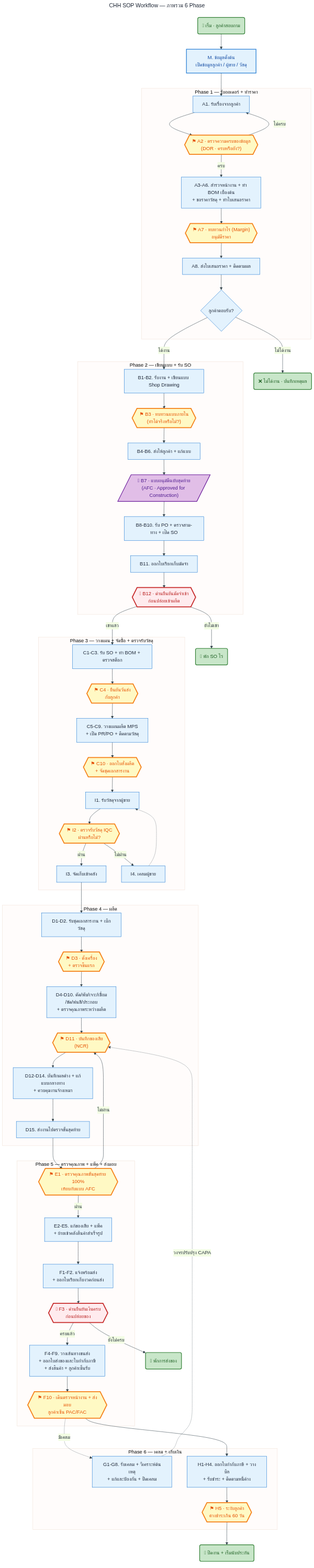
The Mermaid diagram workflow_chh.png in Panuinc/sop, before a commit. Its source is kept beside it as workflow_chh.mmd.
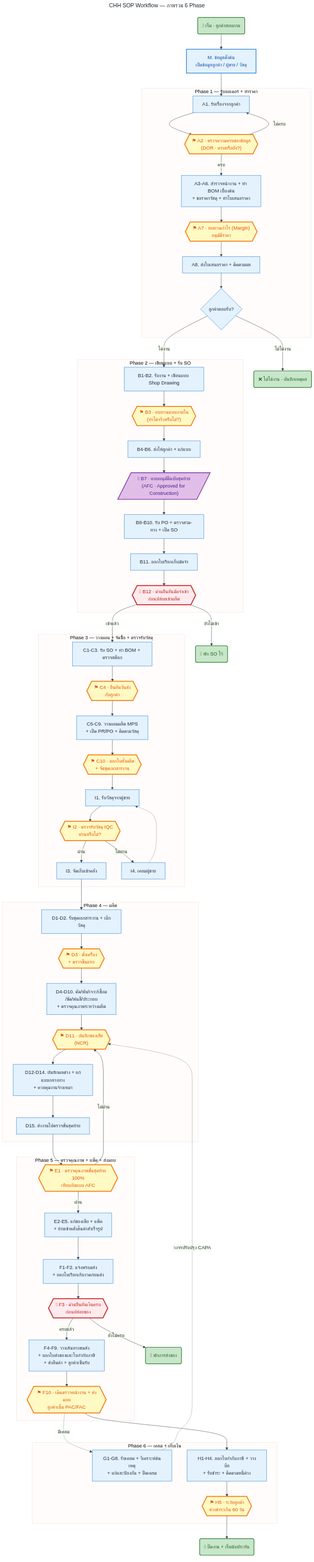
Later version of the same file.

Commit message:
Workflow: แก้ตัวอักษรขาดใน HTML/SVG เปิดในเบราว์เซอร์

Change to the diagram source:
```diff
@@ -2,6 +2,8 @@
 title: CHH SOP Workflow — ภาพรวม 6 Phase
 config:
   theme: base
+  flowchart:
+    htmlLabels: false
   themeVariables:
     fontFamily: "Sarabun, Tahoma, sans-serif"
     primaryColor: "#E3F2FD"
@@ -11,60 +13,86 @@
 ---
 flowchart TD
     Start("🟢 เริ่ม · ลูกค้าสอบถาม"):::startEnd
-    M[M. ข้อมูลตั้งต้น<br/>เปิดข้อมูลลูกค้า / ผู้ขาย / วัสดุ]:::phase
+    M["M. ข้อมูลตั้งต้น
+เปิดข้อมูลลูกค้า / ผู้ขาย / วัสดุ"]:::phase
 
     subgraph P1 ["Phase 1 — รับออเดอร์ + ทำราคา"]
-        A1[A1. รับเรื่องจากลูกค้า]
-        A2{{"⚑ A2 · ตรวจความครบของข้อมูล<br/>(DOR · ครบหรือยัง?)"}}:::ctrl
-        A3to6[A3-A6. สำรวจหน้างาน + ทำ BOM เบื้องต้น<br/>+ ขอราคาวัสดุ + ทำใบเสนอราคา]
-        A7{{"⚑ A7 · ทบทวนกำไร (Margin)<br/>อนุมัติราคา"}}:::ctrl
-        A8[A8. ส่งใบเสนอราคา + ติดตามผล]
-        WonGate{ลูกค้าตอบรับ?}
+        A1["A1. รับเรื่องจากลูกค้า"]
+        A2{{"⚑ A2 · ตรวจความครบของข้อมูล
+(DOR · ครบหรือยัง?)"}}:::ctrl
+        A3to6["A3-A6. สำรวจหน้างาน + ทำ BOM เบื้องต้น
++ ขอราคาวัสดุ + ทำใบเสนอราคา"]
+        A7{{"⚑ A7 · ทบทวนกำไร (Margin)
+อนุมัติราคา"}}:::ctrl
+        A8["A8. ส่งใบเสนอราคา + ติดตามผล"]
+        WonGate{"ลูกค้าตอบรับ?"}
     end
 
     subgraph P2 ["Phase 2 — เขียนแบบ + รับ SO"]
-        B1to2[B1-B2. รับงาน + เขียนแบบ Shop Drawing]
-        B3{{"⚑ B3 · ทบทวนแบบภายใน<br/>(ทำได้จริงหรือไม่?)"}}:::ctrl
-        B4to6[B4-B6. ส่งให้ลูกค้า + แก้แบบ]
-        B7[/"📋 B7 · แบบอนุมัติฉบับสุดท้าย<br/>(AFC · Approved for Construction)"/]:::artifact
-        B8to10[B8-B10. รับ PO + ตรวจสาม-ทาง + เปิด SO]
-        B11[B11. ออกใบเรียกเก็บมัดจำ]
-        B12{{"⛔ B12 · ด่านยืนยันมัดจำเข้า<br/>ก่อนปล่อยเข้าผลิต"}}:::gate
+        B1to2["B1-B2. รับงาน + เขียนแบบ Shop Drawing"]
+        B3{{"⚑ B3 · ทบทวนแบบภายใน
+(ทำได้จริงหรือไม่?)"}}:::ctrl
+        B4to6["B4-B6. ส่งให้ลูกค้า + แก้แบบ"]
+        B7[/"📋 B7 · แบบอนุมัติฉบับสุดท้าย
+(AFC · Approved for Construction)"/]:::artifact
+        B8to10["B8-B10. รับ PO + ตรวจสาม-ทาง + เปิด SO"]
+        B11["B11. ออกใบเรียกเก็บมัดจำ"]
+        B12{{"⛔ B12 · ด่านยืนยันมัดจำเข้า
+ก่อนปล่อยเข้าผลิต"}}:::gate
     end
 
     subgraph P3 ["Phase 3 — วางแผน + จัดซื้อ + ตรวจรับวัสดุ"]
-        C1to3[C1-C3. รับ SO + ทำ BOM + ตรวจสต็อก]
-        C4{{"⚑ C4 · ยืนยันวันส่ง<br/>กับลูกค้า"}}:::ctrl
-        C5to9[C5-C9. วางแผนผลิต MPS<br/>+ เปิด PR/PO + ติดตามวัสดุ]
-        C10{{"⚑ C10 · ออกใบสั่งผลิต<br/>+ จัดชุดเอกสารงาน"}}:::ctrl
-        I1[I1. รับวัสดุจากผู้ขาย]
-        I2{{"⚑ I2 · ตรวจรับวัสดุ IQC<br/>ผ่านหรือไม่?"}}:::ctrl
-        I3[I3. จัดเก็บเข้าคลัง]
-        I4[I4. เคลมผู้ขาย]
+        C1to3["C1-C3. รับ SO + ทำ BOM + ตรวจสต็อก"]
+        C4{{"⚑ C4 · ยืนยันวันส่ง
+กับลูกค้า"}}:::ctrl
+        C5to9["C5-C9. วางแผนผลิต MPS
++ เปิด PR/PO + ติดตามวัสดุ"]
+        C10{{"⚑ C10 · ออกใบสั่งผลิต
++ จัดชุดเอกสารงาน"}}:::ctrl
+        I1["I1. รับวัสดุจากผู้ขาย"]
+        I2{{"⚑ I2 · ตรวจรับวัสดุ IQC
+ผ่านหรือไม่?"}}:::ctrl
+        I3["I3. จัดเก็บเข้าคลัง"]
+        I4["I4. เคลมผู้ขาย"]
     end
 
     subgraph P4 ["Phase 4 — ผลิต"]
-        D1to2[D1-D2. รับชุดเอกสารงาน + เบิกวัสดุ]
-        D3{{"⚑ D3 · ตั้งเครื่อง<br/>+ ตรวจชิ้นแรก"}}:::ctrl
-        D4to10[D4-D10. ตัด/พับ/เจาะ/เชื่อม<br/>/ขัด/พ่นสี/ประกอบ<br/>+ ตรวจคุณภาพระหว่างผลิต]
-        D11{{"⚑ D11 · บันทึกของเสีย<br/>(NCR)"}}:::ctrl
-        D12to14[D12-D14. บันทึกผลต่าง + แก้แบบกลางทาง<br/>+ ควบคุมงานจ้างเหมา]
-        D15[D15. ส่งงานไปตรวจขั้นสุดท้าย]
+        D1to2["D1-D2. รับชุดเอกสารงาน + เบิกวัสดุ"]
+        D3{{"⚑ D3 · ตั้งเครื่อง
++ ตรวจชิ้นแรก"}}:::ctrl
+        D4to10["D4-D10. ตัด/พับ/เจาะ/เชื่อม
+/ขัด/พ่นสี/ประกอบ
++ ตรวจคุณภาพระหว่างผลิต"]
+        D11{{"⚑ D11 · บันทึกของเสีย
+(NCR)"}}:::ctrl
+        D12to14["D12-D14. บันทึกผลต่าง + แก้แบบกลางทาง
++ ควบคุมงานจ้างเหมา"]
+        D15["D15. ส่งงานไปตรวจขั้นสุดท้าย"]
     end
 
     subgraph P5 ["Phase 5 — ตรวจคุณภาพ + แพ็ค + ส่งมอบ"]
-        E1{{"⚑ E1 · ตรวจคุณภาพขั้นสุดท้าย 100%<br/>เทียบกับแบบ AFC"}}:::ctrl
-        E2to5[E2-E5. แก้ของเสีย + แพ็ค<br/>+ ย้ายเข้าคลังสินค้าสำเร็จรูป]
-        F1to2[F1-F2. แจ้งพร้อมส่ง<br/>+ ออกใบเรียกเก็บงวดก่อนส่ง]
-        F3{{"⛔ F3 · ด่านยืนยันเงินครบ<br/>ก่อนปล่อยของ"}}:::gate
-        F4to9[F4-F9. วางเส้นทางขนส่ง<br/>+ ออกใบส่งของและใบกำกับภาษี<br/>+ ส่งสินค้า + ลูกค้าเซ็นรับ]
-        F10{{"⚑ F10 · เดินตรวจหน้างาน + ส่งมอบ<br/>ลูกค้าเซ็น PAC/FAC"}}:::ctrl
+        E1{{"⚑ E1 · ตรวจคุณภาพขั้นสุดท้าย 100%
+เทียบกับแบบ AFC"}}:::ctrl
+        E2to5["E2-E5. แก้ของเสีย + แพ็ค
++ ย้ายเข้าคลังสินค้าสำเร็จรูป"]
+        F1to2["F1-F2. แจ้งพร้อมส่ง
++ ออกใบเรียกเก็บงวดก่อนส่ง"]
+        F3{{"⛔ F3 · ด่านยืนยันเงินครบ
+ก่อนปล่อยของ"}}:::gate
+        F4to9["F4-F9. วางเส้นทางขนส่ง
++ ออกใบส่งของและใบกำกับภาษี
++ ส่งสินค้า + ลูกค้าเซ็นรับ"]
+        F10{{"⚑ F10 · เดินตรวจหน้างาน + ส่งมอบ
+ลูกค้าเซ็น PAC/FAC"}}:::ctrl
     end
 
     subgraph P6 ["Phase 6 — เคลม + เก็บเงิน"]
-        G1to8[G1-G8. รับเคลม + วิเคราะห์ต้นเหตุ<br/>+ แก้และป้องกัน + ปิดเคลม]
-        H1to4[H1-H4. ออกใบกำกับภาษี + วางบิล<br/>+ รับชำระ + ติดตามหนี้ค้าง]
-        H5{{"⚑ H5 · ระงับลูกค้า<br/>ค้างชำระเกิน 60 วัน"}}:::ctrl
+        G1to8["G1-G8. รับเคลม + วิเคราะห์ต้นเหตุ
++ แก้และป้องกัน + ปิดเคลม"]
+        H1to4["H1-H4. ออกใบกำกับภาษี + วางบิล
++ รับชำระ + ติดตามหนี้ค้าง"]
+        H5{{"⚑ H5 · ระงับลูกค้า
+ค้างชำระเกิน 60 วัน"}}:::ctrl
     end
 
     EndNode("🏁 ปิดงาน + เริ่มนับประกัน"):::startEnd
```
